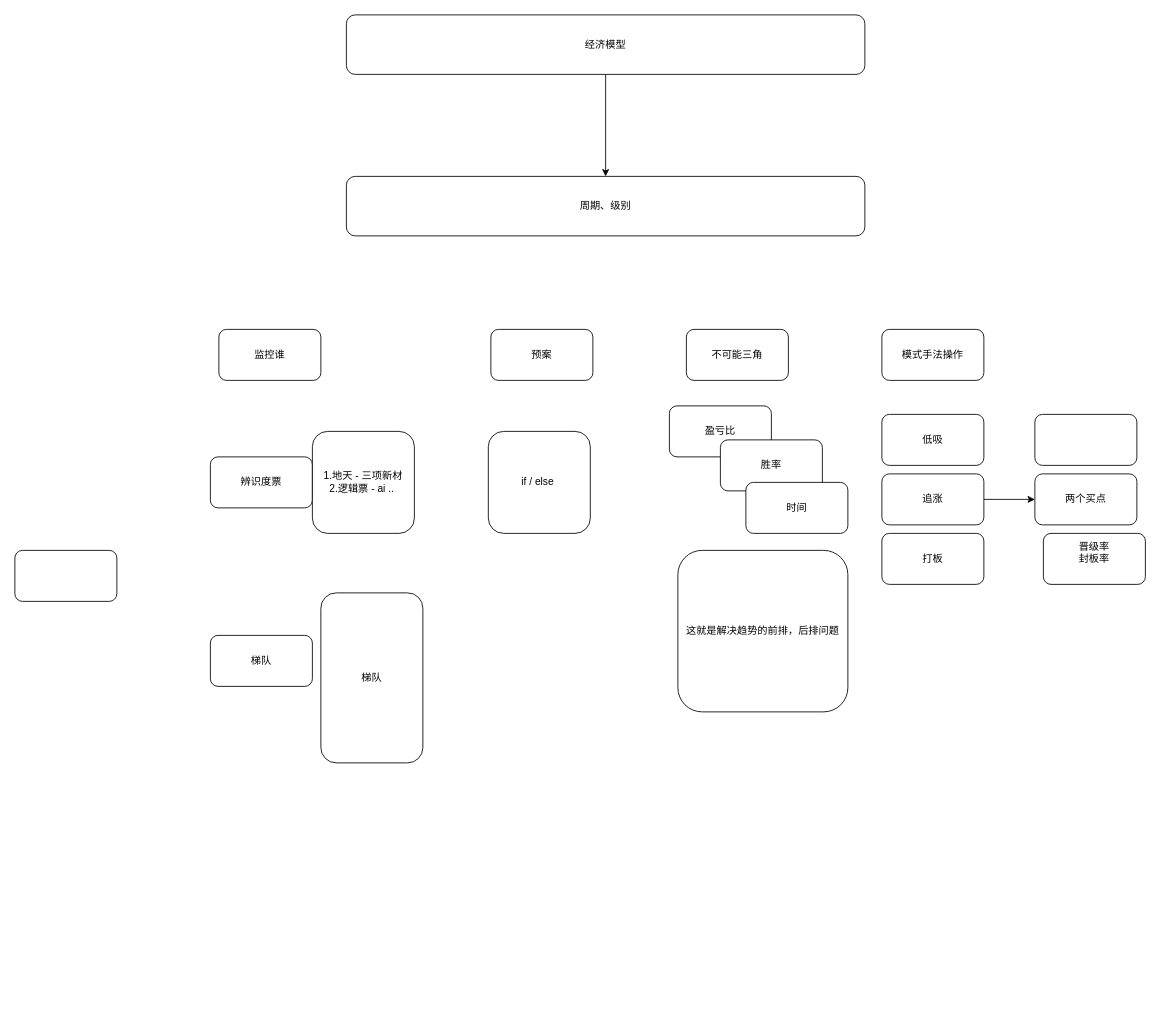
Before: menus/信息加工处理提取图.drawio in Asamiyaa/microservice-k8s-yun, a draw.io diagram. Source tidied: cells renumbered, new cells numbered last; positions are measured from the earlier drawing's top-left corner, leaving out a move shared by most shapes. Both pictures are drawn from the tidied source at 85%, with x=0, y=0 at pixel (14, 14).
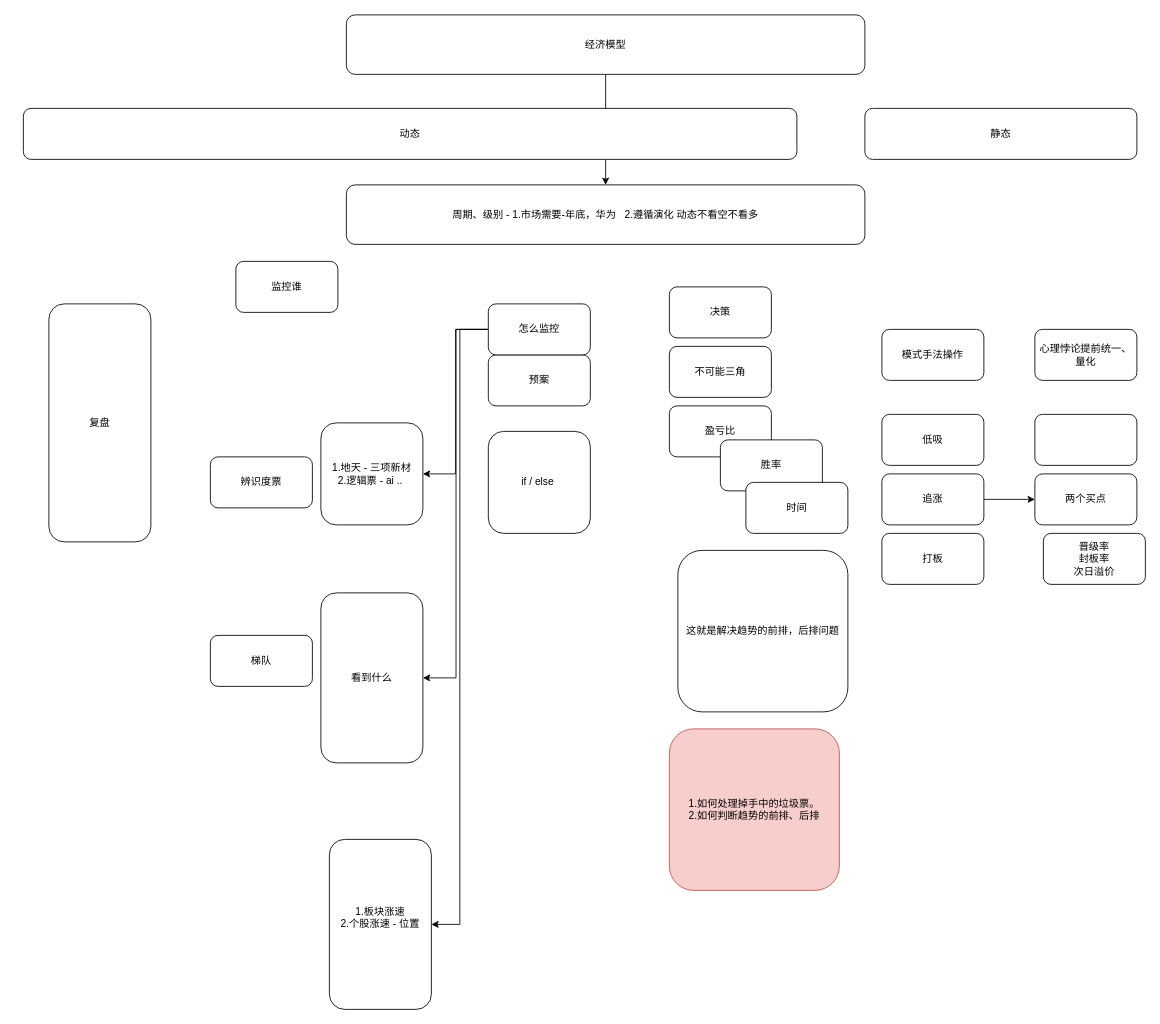
The same page after the edit.

Commit message:
更新信息加工处理提取图.drawio

The edit, as a diff of the source:
```diff
@@
-    <mxCell id="2" style="rounded=1;whiteSpace=wrap;html=1;" parent="1" vertex="1">
-      <mxGeometry y="630" width="120" height="60" as="geometry" />
+    <mxCell id="2" value="复盘" style="rounded=1;whiteSpace=wrap;html=1;" parent="1" vertex="1">
+      <mxGeometry x="40" y="340" width="120" height="280" as="geometry" />
     </mxCell>
@@
     <mxCell id="5" value="1.地天 - 三项新材&lt;div&gt;2.逻辑票 - ai ..&amp;nbsp;&lt;/div&gt;" style="rounded=1;whiteSpace=wrap;html=1;" parent="1" vertex="1">
-      <mxGeometry x="350" y="490" width="120" height="120" as="geometry" />
+      <mxGeometry x="360" y="480" width="120" height="120" as="geometry" />
     </mxCell>
     <mxCell id="6" value="监控谁" style="rounded=1;whiteSpace=wrap;html=1;" parent="1" vertex="1">
-      <mxGeometry x="240" y="370" width="120" height="60" as="geometry" />
+      <mxGeometry x="260" y="290" width="120" height="60" as="geometry" />
     </mxCell>
     <mxCell id="7" value="预案" style="rounded=1;whiteSpace=wrap;html=1;" parent="1" vertex="1">
-      <mxGeometry x="560" y="370" width="120" height="60" as="geometry" />
+      <mxGeometry x="557" y="400" width="120" height="60" as="geometry" />
     </mxCell>
@@
     <mxCell id="9" value="不可能三角" style="rounded=1;whiteSpace=wrap;html=1;" parent="1" vertex="1">
-      <mxGeometry x="790" y="370" width="120" height="60" as="geometry" />
+      <mxGeometry x="770" y="390" width="120" height="60" as="geometry" />
     </mxCell>
@@
-    <mxCell id="17" value="晋级率&lt;div&gt;封板率&lt;/div&gt;&lt;div&gt;&lt;br&gt;&lt;/div&gt;" style="rounded=1;whiteSpace=wrap;html=1;" parent="1" vertex="1">
+    <mxCell id="17" value="晋级率&lt;div&gt;封板率&lt;/div&gt;&lt;div&gt;次日溢价&lt;/div&gt;" style="rounded=1;whiteSpace=wrap;html=1;" parent="1" vertex="1">
       <mxGeometry x="1210" y="610" width="120" height="60" as="geometry" />
     </mxCell>
@@
-    <mxCell id="21" value="周期、级别" style="rounded=1;whiteSpace=wrap;html=1;" parent="1" vertex="1">
-      <mxGeometry x="390" y="190" width="610" height="70" as="geometry" />
+    <mxCell id="21" value="周期、级别 - 1.市场需要-年底，华为&amp;nbsp; &amp;nbsp;2.遵循演化&amp;nbsp;动态不看空不看多" style="rounded=1;whiteSpace=wrap;html=1;" parent="1" vertex="1">
+      <mxGeometry x="390" y="200" width="610" height="70" as="geometry" />
     </mxCell>
-    <mxCell id="22" value="梯队" style="rounded=1;whiteSpace=wrap;html=1;" parent="1" vertex="1">
+    <mxCell id="22" value="看到什么" style="rounded=1;whiteSpace=wrap;html=1;" parent="1" vertex="1">
       <mxGeometry x="360" y="680" width="120" height="200" as="geometry" />
     </mxCell>
@@
+    <mxCell id="26" value="1.如何处理掉手中的垃圾票。&lt;div&gt;2.如何判断趋势的前排、后排&lt;/div&gt;" style="rounded=1;whiteSpace=wrap;html=1;fillColor=#f8cecc;strokeColor=#b85450;" parent="1" vertex="1">
+      <mxGeometry x="770" y="840" width="200" height="190" as="geometry" />
+    </mxCell>
+    <mxCell id="27" style="edgeStyle=orthogonalEdgeStyle;rounded=0;jettySize=auto;html=1;exitX=0;exitY=0.5;exitDx=0;exitDy=0;entryX=1;entryY=0.5;entryDx=0;entryDy=0;" parent="1" edge="1" source="30" target="5">
+      <mxGeometry relative="1" as="geometry" />
+    </mxCell>
+    <mxCell id="28" style="edgeStyle=orthogonalEdgeStyle;rounded=0;jettySize=auto;html=1;exitX=0;exitY=0.5;exitDx=0;exitDy=0;entryX=1;entryY=0.5;entryDx=0;entryDy=0;" parent="1" edge="1" source="30" target="22">
+      <mxGeometry relative="1" as="geometry">
+        <Array as="points">
+          <mxPoint x="519" y="370" />
+          <mxPoint x="519" y="780" />
+        </Array>
+      </mxGeometry>
+    </mxCell>
+    <mxCell id="29" style="edgeStyle=orthogonalEdgeStyle;rounded=0;jettySize=auto;html=1;exitX=0;exitY=0.5;exitDx=0;exitDy=0;entryX=1;entryY=0.5;entryDx=0;entryDy=0;" parent="1" edge="1" source="30" target="35">
+      <mxGeometry relative="1" as="geometry" />
+    </mxCell>
+    <mxCell id="30" value="怎么监控" style="rounded=1;whiteSpace=wrap;html=1;" parent="1" vertex="1">
+      <mxGeometry x="557" y="340" width="120" height="60" as="geometry" />
+    </mxCell>
+    <mxCell id="31" value="决策" style="rounded=1;whiteSpace=wrap;html=1;" parent="1" vertex="1">
+      <mxGeometry x="770" y="320" width="120" height="60" as="geometry" />
+    </mxCell>
+    <mxCell id="32" value="静态" style="rounded=1;whiteSpace=wrap;html=1;" parent="1" vertex="1">
+      <mxGeometry x="1000" y="110" width="320" height="60" as="geometry" />
+    </mxCell>
+    <mxCell id="33" value="动态" style="rounded=1;whiteSpace=wrap;html=1;" parent="1" vertex="1">
+      <mxGeometry x="10" y="110" width="910" height="60" as="geometry" />
+    </mxCell>
+    <mxCell id="34" value="心理悖论提前统一、量化" style="rounded=1;whiteSpace=wrap;html=1;" parent="1" vertex="1">
+      <mxGeometry x="1200" y="370" width="120" height="60" as="geometry" />
+    </mxCell>
+    <mxCell id="35" value="1.板块涨速&lt;div&gt;2.个股涨速 - 位置&lt;/div&gt;&lt;div&gt;&lt;br&gt;&lt;/div&gt;" style="rounded=1;whiteSpace=wrap;html=1;" parent="1" vertex="1">
+      <mxGeometry x="370" y="970" width="120" height="200" as="geometry" />
+    </mxCell>
```
